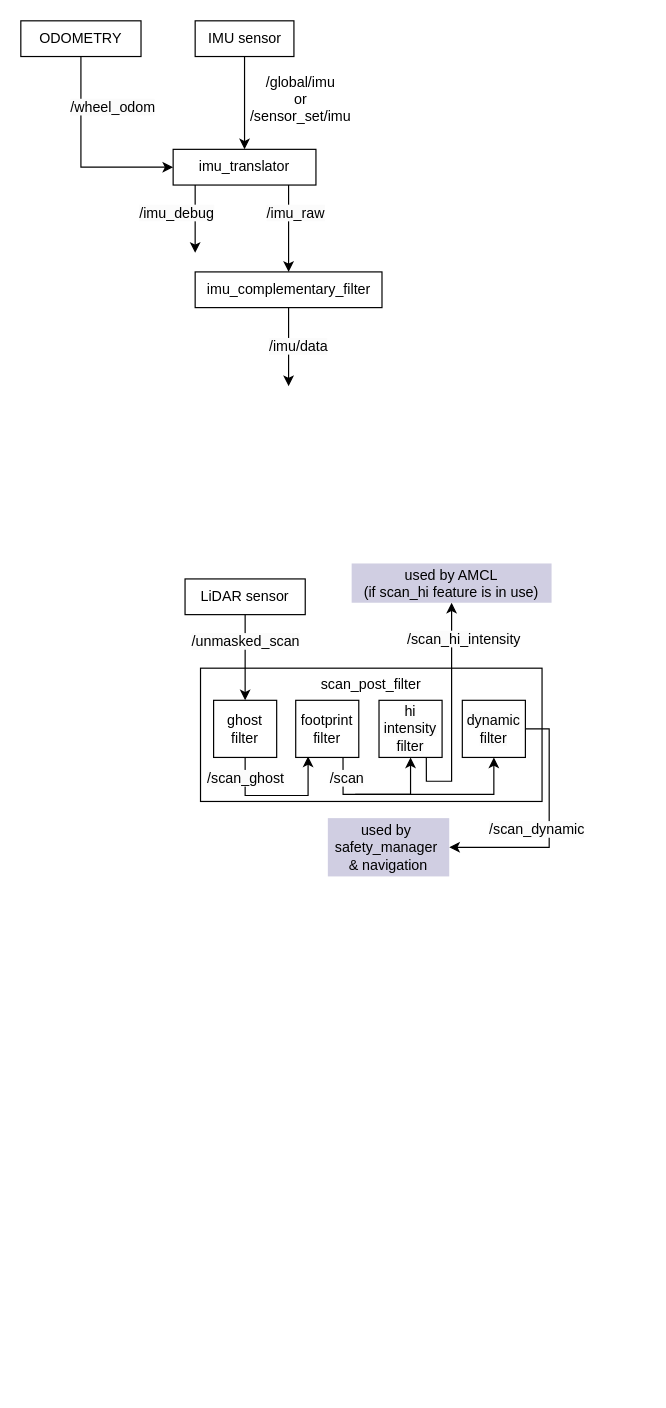
This is imu_translator.drawio from sdswoops824/myrepo, a draw.io file, before an edit. Source tidied: cells renumbered, new cells numbered last; positions are measured from the earlier drawing's top-left corner, leaving out a move shared by most shapes. Both pictures are drawn from the tidied source at 119%, with x=0, y=0 at pixel (20, 20).
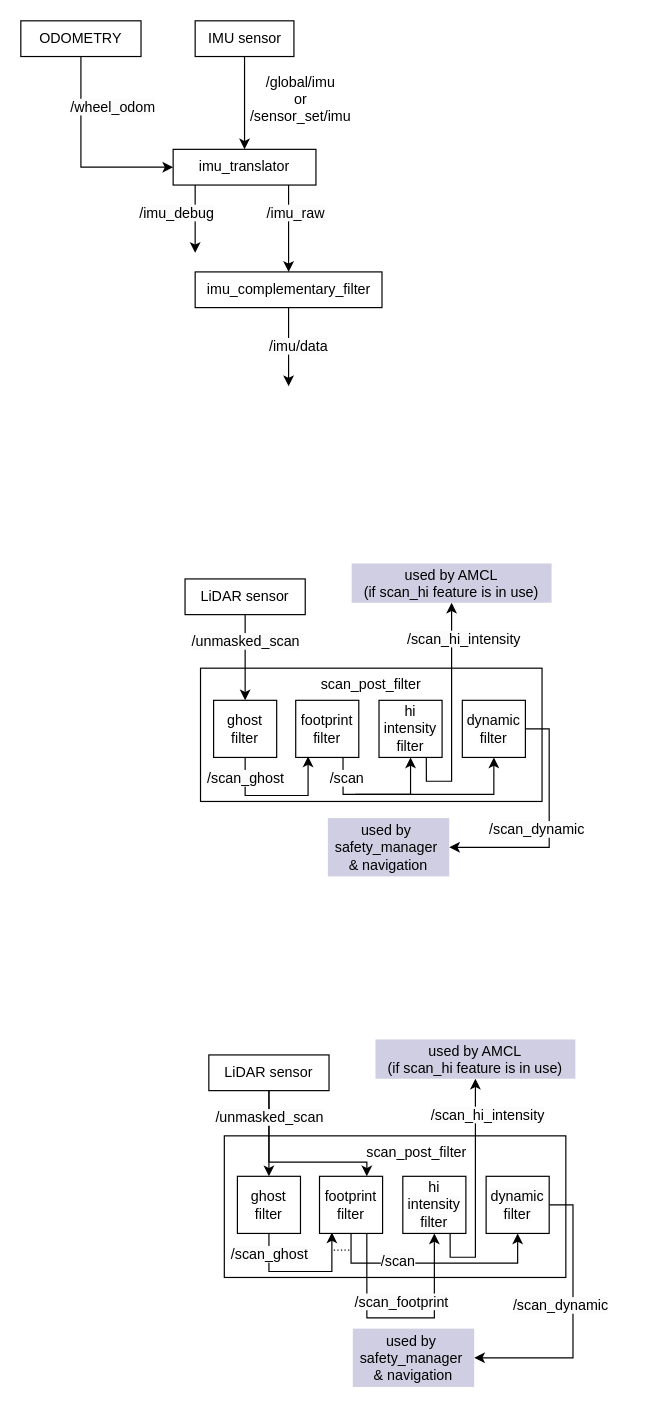
The same diagram, later.

What changed in the source:
```diff
@@
+    <mxCell id="35" value="LiDAR sensor" style="rounded=0;whiteSpace=wrap;html=1;" parent="1" vertex="1">
+      <mxGeometry x="158" y="869" width="101" height="30" as="geometry" />
+    </mxCell>
+    <mxCell id="36" value="&amp;nbsp; &amp;nbsp; &amp;nbsp; &amp;nbsp; &amp;nbsp; &amp;nbsp;scan_post_filter" style="rounded=0;whiteSpace=wrap;html=1;verticalAlign=top;" parent="1" vertex="1">
+      <mxGeometry x="171" y="937" width="287" height="119" as="geometry" />
+    </mxCell>
+    <mxCell id="37" style="edgeStyle=orthogonalEdgeStyle;rounded=0;jettySize=auto;html=1;exitX=0.5;exitY=1;exitDx=0;exitDy=0;entryX=0.196;entryY=0.983;entryDx=0;entryDy=0;entryPerimeter=0;" parent="1" edge="1" source="38" target="41">
+      <mxGeometry relative="1" as="geometry">
+        <Array as="points">
+          <mxPoint x="209" y="1051" />
+          <mxPoint x="262" y="1051" />
+          <mxPoint x="262" y="1018" />
+        </Array>
+      </mxGeometry>
+    </mxCell>
+    <mxCell id="38" value="ghost filter" style="rounded=0;whiteSpace=wrap;html=1;" parent="1" vertex="1">
+      <mxGeometry x="182" y="971" width="53" height="48" as="geometry" />
+    </mxCell>
+    <mxCell id="39" style="edgeStyle=orthogonalEdgeStyle;rounded=0;jettySize=auto;html=1;exitX=0.5;exitY=1;exitDx=0;exitDy=0;entryX=0.5;entryY=1;entryDx=0;entryDy=0;" parent="1" edge="1" source="41" target="50">
+      <mxGeometry relative="1" as="geometry">
+        <Array as="points">
+          <mxPoint x="278" y="1044" />
+          <mxPoint x="418" y="1044" />
+        </Array>
+      </mxGeometry>
+    </mxCell>
+    <mxCell id="40" style="edgeStyle=orthogonalEdgeStyle;rounded=0;jettySize=auto;html=1;exitX=0.75;exitY=1;exitDx=0;exitDy=0;entryX=0.5;entryY=1;entryDx=0;entryDy=0;" parent="1" edge="1" source="41" target="43">
+      <mxGeometry relative="1" as="geometry">
+        <Array as="points">
+          <mxPoint x="291" y="1090" />
+          <mxPoint x="348" y="1090" />
+        </Array>
+      </mxGeometry>
+    </mxCell>
+    <mxCell id="41" value="footprint filter" style="rounded=0;whiteSpace=wrap;html=1;" parent="1" vertex="1">
+      <mxGeometry x="251" y="971" width="53" height="48" as="geometry" />
+    </mxCell>
+    <mxCell id="42" style="edgeStyle=orthogonalEdgeStyle;rounded=0;jettySize=auto;html=1;exitX=0.75;exitY=1;exitDx=0;exitDy=0;entryX=0.5;entryY=1;entryDx=0;entryDy=0;" parent="1" edge="1" source="43" target="48">
+      <mxGeometry relative="1" as="geometry">
+        <Array as="points">
+          <mxPoint x="361" y="1039" />
+          <mxPoint x="382" y="1039" />
+          <mxPoint x="382" y="947" />
+        </Array>
+      </mxGeometry>
+    </mxCell>
+    <mxCell id="43" value="&lt;span style=&quot;color: rgb(0, 0, 0); font-family: Helvetica; font-size: 12px; font-style: normal; font-variant-ligatures: normal; font-variant-caps: normal; font-weight: 400; letter-spacing: normal; orphans: 2; text-align: center; text-indent: 0px; text-transform: none; widows: 2; word-spacing: 0px; -webkit-text-stroke-width: 0px; white-space: normal; background-color: rgb(251, 251, 251); text-decoration-thickness: initial; text-decoration-style: initial; text-decoration-color: initial; display: inline !important; float: none;&quot;&gt;hi intensity filter&lt;/span&gt;" style="rounded=0;whiteSpace=wrap;html=1;" parent="1" vertex="1">
+      <mxGeometry x="321" y="971" width="53" height="48" as="geometry" />
+    </mxCell>
+    <mxCell id="44" value="&lt;span style=&quot;color: rgb(0, 0, 0); font-family: Helvetica; font-size: 12px; font-style: normal; font-variant-ligatures: normal; font-variant-caps: normal; font-weight: 400; letter-spacing: normal; orphans: 2; text-align: center; text-indent: 0px; text-transform: none; widows: 2; word-spacing: 0px; -webkit-text-stroke-width: 0px; white-space: nowrap; background-color: rgb(251, 251, 251); text-decoration-thickness: initial; text-decoration-style: initial; text-decoration-color: initial; display: inline !important; float: none;&quot;&gt;/scan_ghost&lt;/span&gt;" style="text;whiteSpace=wrap;html=1;" parent="1" vertex="1">
+      <mxGeometry x="175" y="1023" width="77" height="21" as="geometry" />
+    </mxCell>
+    <mxCell id="45" value="&lt;span style=&quot;color: rgb(0, 0, 0); font-family: Helvetica; font-size: 12px; font-style: normal; font-variant-ligatures: normal; font-variant-caps: normal; font-weight: 400; letter-spacing: normal; orphans: 2; text-align: center; text-indent: 0px; text-transform: none; widows: 2; word-spacing: 0px; -webkit-text-stroke-width: 0px; white-space: nowrap; background-color: rgb(251, 251, 251); text-decoration-thickness: initial; text-decoration-style: initial; text-decoration-color: initial; display: inline !important; float: none;&quot;&gt;/scan_hi_intensity&lt;/span&gt;" style="text;whiteSpace=wrap;html=1;" parent="1" vertex="1">
+      <mxGeometry x="342.5" y="906" width="113" height="36" as="geometry" />
+    </mxCell>
+    <mxCell id="46" style="edgeStyle=orthogonalEdgeStyle;rounded=0;jettySize=auto;html=1;exitX=0.5;exitY=1;exitDx=0;exitDy=0;entryX=0.5;entryY=0;entryDx=0;entryDy=0;" parent="1" edge="1" source="35" target="38">
+      <mxGeometry relative="1" as="geometry" />
+    </mxCell>
+    <mxCell id="47" value="&lt;span style=&quot;color: rgb(0, 0, 0); font-family: Helvetica; font-size: 12px; font-style: normal; font-variant-ligatures: normal; font-variant-caps: normal; font-weight: 400; letter-spacing: normal; orphans: 2; text-align: center; text-indent: 0px; text-transform: none; widows: 2; word-spacing: 0px; -webkit-text-stroke-width: 0px; white-space: nowrap; background-color: rgb(251, 251, 251); text-decoration-thickness: initial; text-decoration-style: initial; text-decoration-color: initial; display: inline !important; float: none;&quot;&gt;/scan&lt;/span&gt;" style="text;whiteSpace=wrap;html=1;" parent="1" vertex="1">
+      <mxGeometry x="301" y="1029" width="34" height="26" as="geometry" />
+    </mxCell>
+    <mxCell id="48" value="used by AMCL&lt;div&gt;(if scan_hi feature is in use)&lt;/div&gt;" style="rounded=0;whiteSpace=wrap;html=1;strokeColor=none;fillColor=#d0cee2;" parent="1" vertex="1">
+      <mxGeometry x="298" y="856" width="168" height="33" as="geometry" />
+    </mxCell>
+    <mxCell id="49" style="edgeStyle=orthogonalEdgeStyle;rounded=0;jettySize=auto;html=1;exitX=1;exitY=0.5;exitDx=0;exitDy=0;entryX=1;entryY=0.5;entryDx=0;entryDy=0;" parent="1" edge="1" source="50" target="51">
+      <mxGeometry relative="1" as="geometry" />
+    </mxCell>
+    <mxCell id="50" value="&lt;span style=&quot;color: rgb(0, 0, 0); font-family: Helvetica; font-size: 12px; font-style: normal; font-variant-ligatures: normal; font-variant-caps: normal; font-weight: 400; letter-spacing: normal; orphans: 2; text-align: center; text-indent: 0px; text-transform: none; widows: 2; word-spacing: 0px; -webkit-text-stroke-width: 0px; white-space: normal; background-color: rgb(251, 251, 251); text-decoration-thickness: initial; text-decoration-style: initial; text-decoration-color: initial; display: inline !important; float: none;&quot;&gt;dynamic filter&lt;/span&gt;" style="rounded=0;whiteSpace=wrap;html=1;" parent="1" vertex="1">
+      <mxGeometry x="391" y="971" width="53" height="48" as="geometry" />
+    </mxCell>
+    <mxCell id="51" value="used by&amp;nbsp;&lt;div&gt;safety_manager&amp;nbsp;&lt;/div&gt;&lt;div&gt;&amp;amp; navigation&lt;/div&gt;" style="rounded=0;whiteSpace=wrap;html=1;strokeColor=none;fillColor=#d0cee2;" parent="1" vertex="1">
+      <mxGeometry x="279" y="1099" width="102" height="49" as="geometry" />
+    </mxCell>
+    <mxCell id="52" value="&lt;span style=&quot;color: rgb(0, 0, 0); font-family: Helvetica; font-size: 12px; font-style: normal; font-variant-ligatures: normal; font-variant-caps: normal; font-weight: 400; letter-spacing: normal; orphans: 2; text-align: center; text-indent: 0px; text-transform: none; widows: 2; word-spacing: 0px; -webkit-text-stroke-width: 0px; white-space: nowrap; background-color: rgb(251, 251, 251); text-decoration-thickness: initial; text-decoration-style: initial; text-decoration-color: initial; display: inline !important; float: none;&quot;&gt;/scan_dynamic&lt;/span&gt;" style="text;whiteSpace=wrap;html=1;" parent="1" vertex="1">
+      <mxGeometry x="412" y="1066" width="113" height="36" as="geometry" />
+    </mxCell>
+    <mxCell id="53" style="edgeStyle=orthogonalEdgeStyle;rounded=0;jettySize=auto;html=1;exitX=0.5;exitY=1;exitDx=0;exitDy=0;entryX=0.75;entryY=0;entryDx=0;entryDy=0;" parent="1" edge="1" source="35" target="41">
+      <mxGeometry relative="1" as="geometry">
+        <Array as="points">
+          <mxPoint x="209" y="959" />
+          <mxPoint x="291" y="959" />
+          <mxPoint x="291" y="971" />
+        </Array>
+      </mxGeometry>
+    </mxCell>
+    <mxCell id="54" value="&lt;span style=&quot;color: rgb(0, 0, 0); font-family: Helvetica; font-size: 12px; font-style: normal; font-variant-ligatures: normal; font-variant-caps: normal; font-weight: 400; letter-spacing: normal; orphans: 2; text-align: center; text-indent: 0px; text-transform: none; widows: 2; word-spacing: 0px; -webkit-text-stroke-width: 0px; white-space: nowrap; background-color: rgb(251, 251, 251); text-decoration-thickness: initial; text-decoration-style: initial; text-decoration-color: initial; display: inline !important; float: none;&quot;&gt;/unmasked_scan&lt;/span&gt;" style="text;whiteSpace=wrap;html=1;" parent="1" vertex="1">
+      <mxGeometry x="162" y="908" width="113" height="36" as="geometry" />
+    </mxCell>
+    <mxCell id="55" value="&lt;span style=&quot;color: rgb(0, 0, 0); font-family: Helvetica; font-size: 12px; font-style: normal; font-variant-ligatures: normal; font-variant-caps: normal; font-weight: 400; letter-spacing: normal; orphans: 2; text-align: center; text-indent: 0px; text-transform: none; widows: 2; word-spacing: 0px; -webkit-text-stroke-width: 0px; white-space: nowrap; background-color: rgb(251, 251, 251); text-decoration-thickness: initial; text-decoration-style: initial; text-decoration-color: initial; float: none; display: inline !important;&quot;&gt;/scan_footprint&lt;/span&gt;" style="text;whiteSpace=wrap;html=1;" parent="1" vertex="1">
+      <mxGeometry x="279" y="1063" width="113" height="36" as="geometry" />
+    </mxCell>
+    <mxCell id="56" style="endArrow=none;dashed=1;html=1;strokeWidth=1;rounded=0;dashPattern=1 2;" parent="1" edge="1">
+      <mxGeometry relative="1" as="geometry">
+        <mxPoint x="263" y="1033" as="sourcePoint" />
+        <mxPoint x="276" y="1033" as="targetPoint" />
+      </mxGeometry>
+    </mxCell>
```
